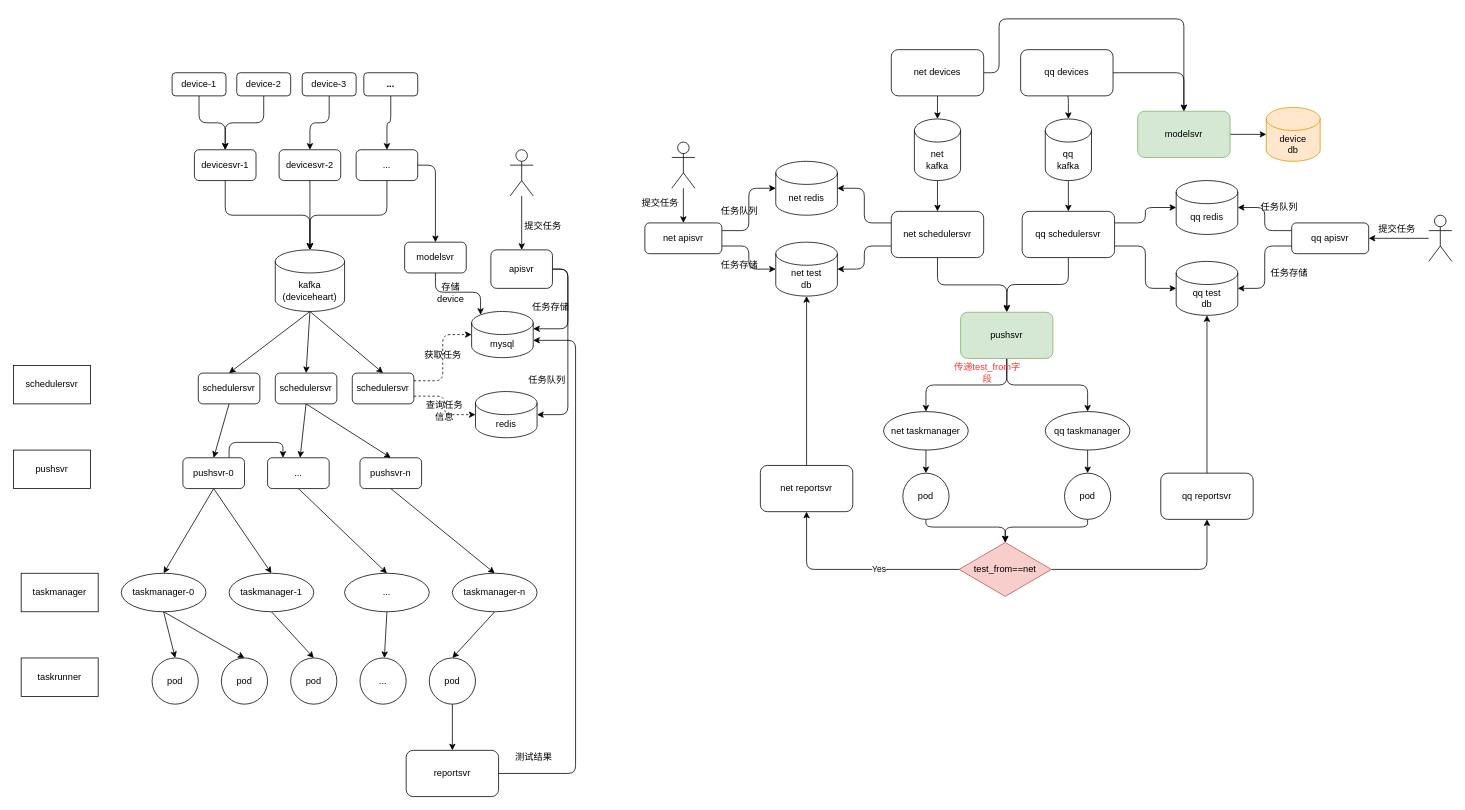
This is 云测调度流程.drawio from zhufuyin/draw, a draw.io file, before an edit. Source tidied: cells renumbered, new cells numbered last; positions are measured from the earlier drawing's top-left corner, leaving out a move shared by most shapes. Both pictures are drawn from the tidied source at 77%, with x=0, y=0 at pixel (13, 18).
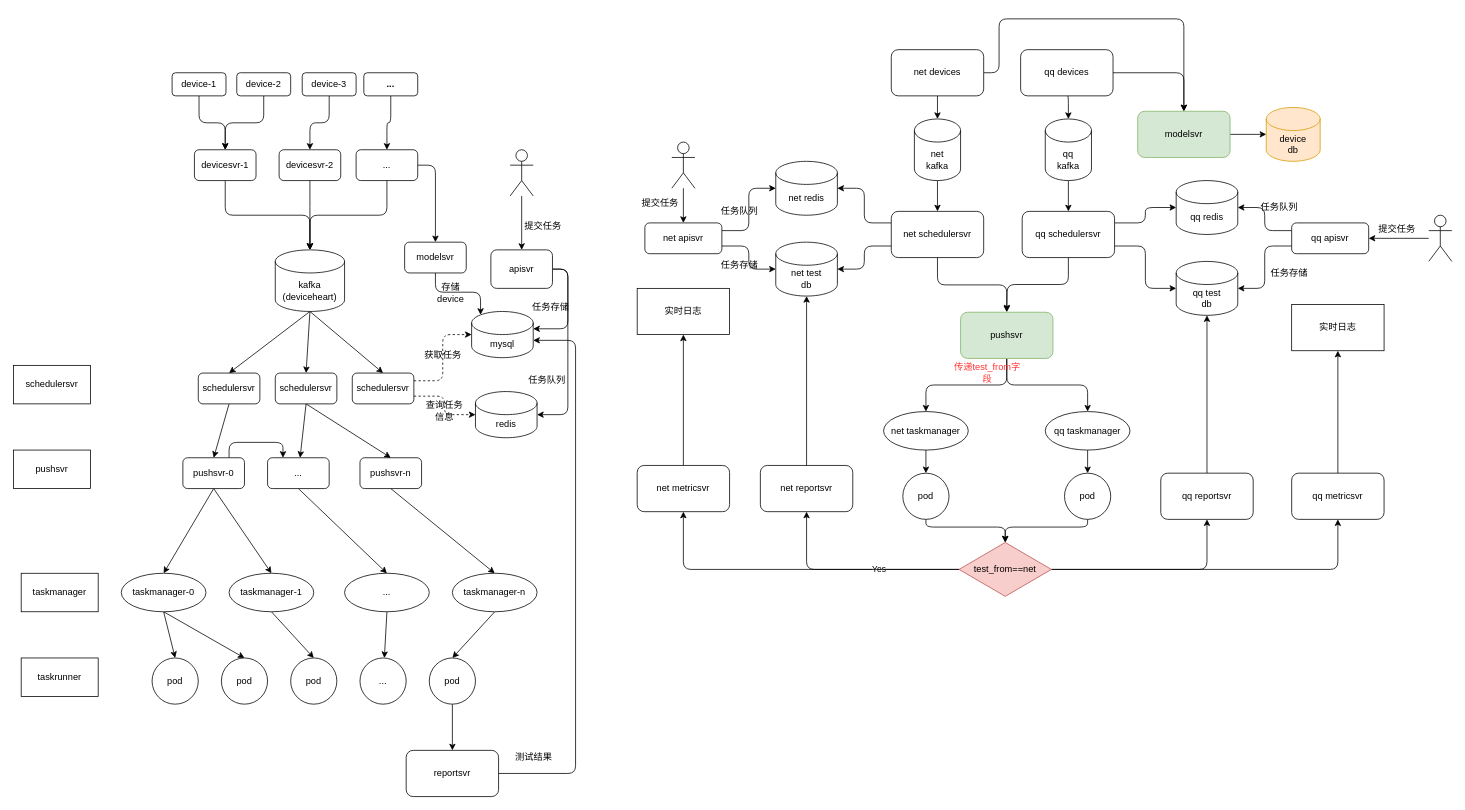
The same diagram, later.

Commit message:
更新云测调度流程.drawio

Unchanged cells that the change refers to:
```xml
<mxCell id="111" value="test_from==net" style="rhombus;whiteSpace=wrap;html=1;fillColor=#f8cecc;strokeColor=#b85450;" parent="1" vertex="1">
  <mxGeometry x="1228" y="680" width="120" height="70" as="geometry" />
</mxCell>
```

Change to the diagram source:
```diff
@@
+    <mxCell id="134" style="edgeStyle=orthogonalEdgeStyle;rounded=1;jettySize=auto;html=1;exitX=0;exitY=0.5;exitDx=0;exitDy=0;entryX=0.5;entryY=1;entryDx=0;entryDy=0;" parent="1" edge="1" source="111" target="139">
+      <mxGeometry relative="1" as="geometry" />
+    </mxCell>
+    <mxCell id="135" style="edgeStyle=orthogonalEdgeStyle;rounded=1;jettySize=auto;html=1;exitX=1;exitY=0.5;exitDx=0;exitDy=0;entryX=0.5;entryY=1;entryDx=0;entryDy=0;" parent="1" edge="1" source="111" target="137">
+      <mxGeometry relative="1" as="geometry" />
+    </mxCell>
@@
+    <mxCell id="136" style="edgeStyle=orthogonalEdgeStyle;rounded=1;jettySize=auto;html=1;exitX=0.5;exitY=0;exitDx=0;exitDy=0;entryX=0.5;entryY=1;entryDx=0;entryDy=0;" parent="1" edge="1" source="137" target="141">
+      <mxGeometry relative="1" as="geometry" />
+    </mxCell>
+    <mxCell id="137" value="qq metricsvr" style="rounded=1;whiteSpace=wrap;html=1;" parent="1" vertex="1">
+      <mxGeometry x="1660" y="590" width="120" height="60" as="geometry" />
+    </mxCell>
+    <mxCell id="138" style="edgeStyle=orthogonalEdgeStyle;rounded=1;jettySize=auto;html=1;exitX=0.5;exitY=0;exitDx=0;exitDy=0;entryX=0.5;entryY=1;entryDx=0;entryDy=0;" parent="1" edge="1" source="139" target="140">
+      <mxGeometry relative="1" as="geometry" />
+    </mxCell>
+    <mxCell id="139" value="net metricsvr" style="rounded=1;whiteSpace=wrap;html=1;" parent="1" vertex="1">
+      <mxGeometry x="810" y="580" width="120" height="60" as="geometry" />
+    </mxCell>
+    <mxCell id="140" value="实时日志" style="rounded=0;whiteSpace=wrap;html=1;" parent="1" vertex="1">
+      <mxGeometry x="810" y="350" width="120" height="60" as="geometry" />
+    </mxCell>
+    <mxCell id="141" value="实时日志" style="rounded=0;whiteSpace=wrap;html=1;" parent="1" vertex="1">
+      <mxGeometry x="1660" y="371" width="120" height="60" as="geometry" />
+    </mxCell>
```
